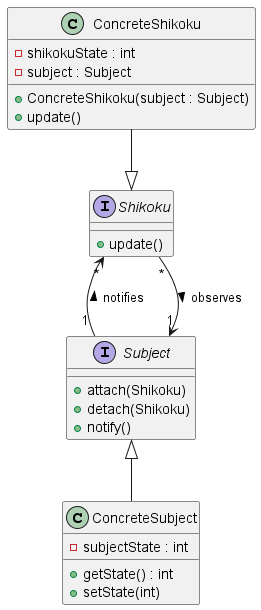
This is dojo-dungeon/todo-assets/Fragen_Pattern/UML_Klassendiagramm6.png from Dungeon-CampusMinden/Dungeon, a PlantUML export, as it was before one commit.
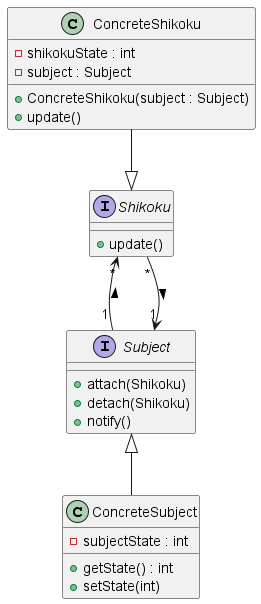
Later version of the same file.

Change to the diagram source:
```diff
@@ -26,7 +26,7 @@
 Subject <|-- ConcreteSubject
 
 Shikoku -[hidden]- Subject
-Shikoku "*" <-- "1" Subject : notifies <
+Shikoku "*" <-- "1" Subject : <
 Shikoku -[hidden]- Subject
-Shikoku "*" --> "1" Subject : observes >
+Shikoku "*" --> "1" Subject : >
 @enduml
```
